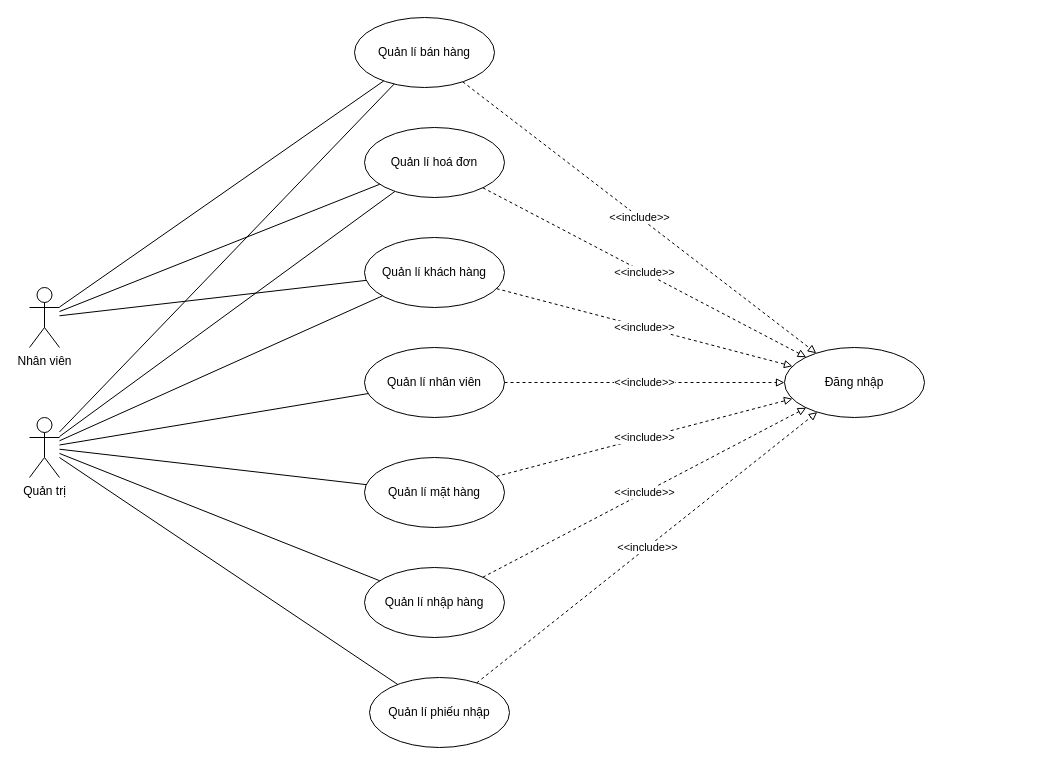
Above: UsecaseDiagram.drawio in EdgarIgnite16/OOAD-Project (draw.io), before the change. Source tidied: cells renumbered, new cells numbered last; positions are measured from the earlier drawing's top-left corner, leaving out a move shared by most shapes. Both pictures are drawn from the tidied source at 100%, with x=0, y=0 at pixel (29, 17).
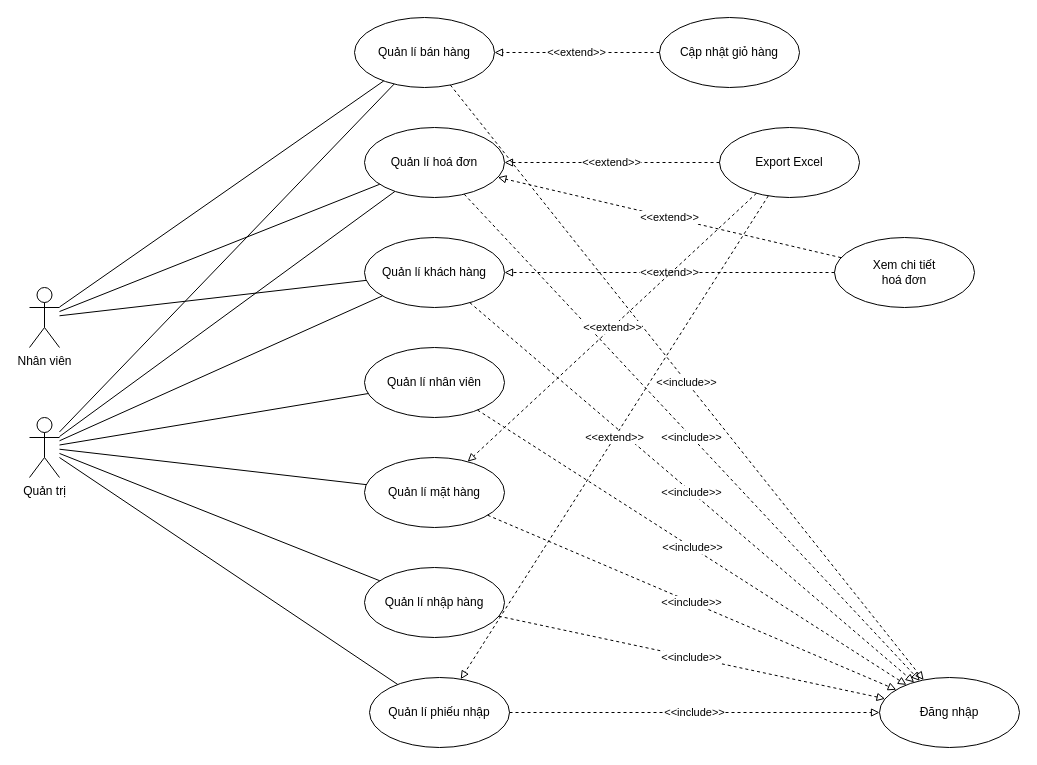
After the change.

The change refers to these unchanged cells:
```xml
<mxCell id="5" value="Quản lí khách hàng" style="ellipse;whiteSpace=wrap;html=1;" parent="1" vertex="1">
  <mxGeometry x="335" y="220" width="140" height="70" as="geometry" />
</mxCell>
<mxCell id="9" value="Quản lí bán hàng" style="ellipse;whiteSpace=wrap;html=1;" parent="1" vertex="1">
  <mxGeometry x="325" width="140" height="70" as="geometry" />
</mxCell>
<mxCell id="10" value="Quản lí hoá đơn" style="ellipse;whiteSpace=wrap;html=1;" parent="1" vertex="1">
  <mxGeometry x="335" y="110" width="140" height="70" as="geometry" />
</mxCell>
<mxCell id="11" value="Quản lí mặt hàng" style="ellipse;whiteSpace=wrap;html=1;" parent="1" vertex="1">
  <mxGeometry x="335" y="440" width="140" height="70" as="geometry" />
</mxCell>
<mxCell id="12" value="Quản lí phiếu nhập" style="ellipse;whiteSpace=wrap;html=1;" parent="1" vertex="1">
  <mxGeometry x="340" y="660" width="140" height="70" as="geometry" />
</mxCell>
```

The edit, as a diff of the source:
```diff
@@
     <mxCell id="4" value="Đăng nhập" style="ellipse;whiteSpace=wrap;html=1;" parent="1" vertex="1">
-      <mxGeometry x="755" y="330" width="140" height="70" as="geometry" />
+      <mxGeometry x="850" y="660" width="140" height="70" as="geometry" />
     </mxCell>
@@
+    <mxCell id="29" value="Cập nhật giỏ hàng" style="ellipse;whiteSpace=wrap;html=1;" parent="1" vertex="1">
+      <mxGeometry x="630" width="140" height="70" as="geometry" />
+    </mxCell>
+    <mxCell id="30" value="&amp;lt;&amp;lt;extend&amp;gt;&amp;gt;" style="rounded=0;jettySize=auto;html=1;endArrow=block;endFill=0;dashed=1;" parent="1" edge="1" source="29" target="9">
+      <mxGeometry relative="1" as="geometry" />
+    </mxCell>
+    <mxCell id="31" value="Export Excel" style="ellipse;whiteSpace=wrap;html=1;" parent="1" vertex="1">
+      <mxGeometry x="690" y="110" width="140" height="70" as="geometry" />
+    </mxCell>
+    <mxCell id="32" value="&amp;lt;&amp;lt;extend&amp;gt;&amp;gt;" style="rounded=0;jettySize=auto;html=1;endArrow=block;endFill=0;dashed=1;" parent="1" edge="1" source="31" target="10">
+      <mxGeometry relative="1" as="geometry" />
+    </mxCell>
+    <mxCell id="33" value="Xem chi tiết &lt;br&gt;hoá đơn" style="ellipse;whiteSpace=wrap;html=1;" parent="1" vertex="1">
+      <mxGeometry x="805" y="220" width="140" height="70" as="geometry" />
+    </mxCell>
+    <mxCell id="34" value="&amp;lt;&amp;lt;extend&amp;gt;&amp;gt;" style="rounded=0;jettySize=auto;html=1;endArrow=block;endFill=0;dashed=1;" parent="1" edge="1" source="33" target="10">
+      <mxGeometry relative="1" as="geometry" />
+    </mxCell>
+    <mxCell id="35" value="&amp;lt;&amp;lt;extend&amp;gt;&amp;gt;" style="rounded=0;jettySize=auto;html=1;endArrow=block;endFill=0;dashed=1;" parent="1" edge="1" source="33" target="5">
+      <mxGeometry relative="1" as="geometry" />
+    </mxCell>
+    <mxCell id="36" value="&amp;lt;&amp;lt;extend&amp;gt;&amp;gt;" style="rounded=0;jettySize=auto;html=1;endArrow=block;endFill=0;dashed=1;" parent="1" edge="1" source="31" target="11">
+      <mxGeometry relative="1" as="geometry" />
+    </mxCell>
+    <mxCell id="37" value="&amp;lt;&amp;lt;extend&amp;gt;&amp;gt;" style="rounded=0;jettySize=auto;html=1;endArrow=block;endFill=0;dashed=1;" parent="1" edge="1" source="31" target="12">
+      <mxGeometry relative="1" as="geometry" />
+    </mxCell>
```
